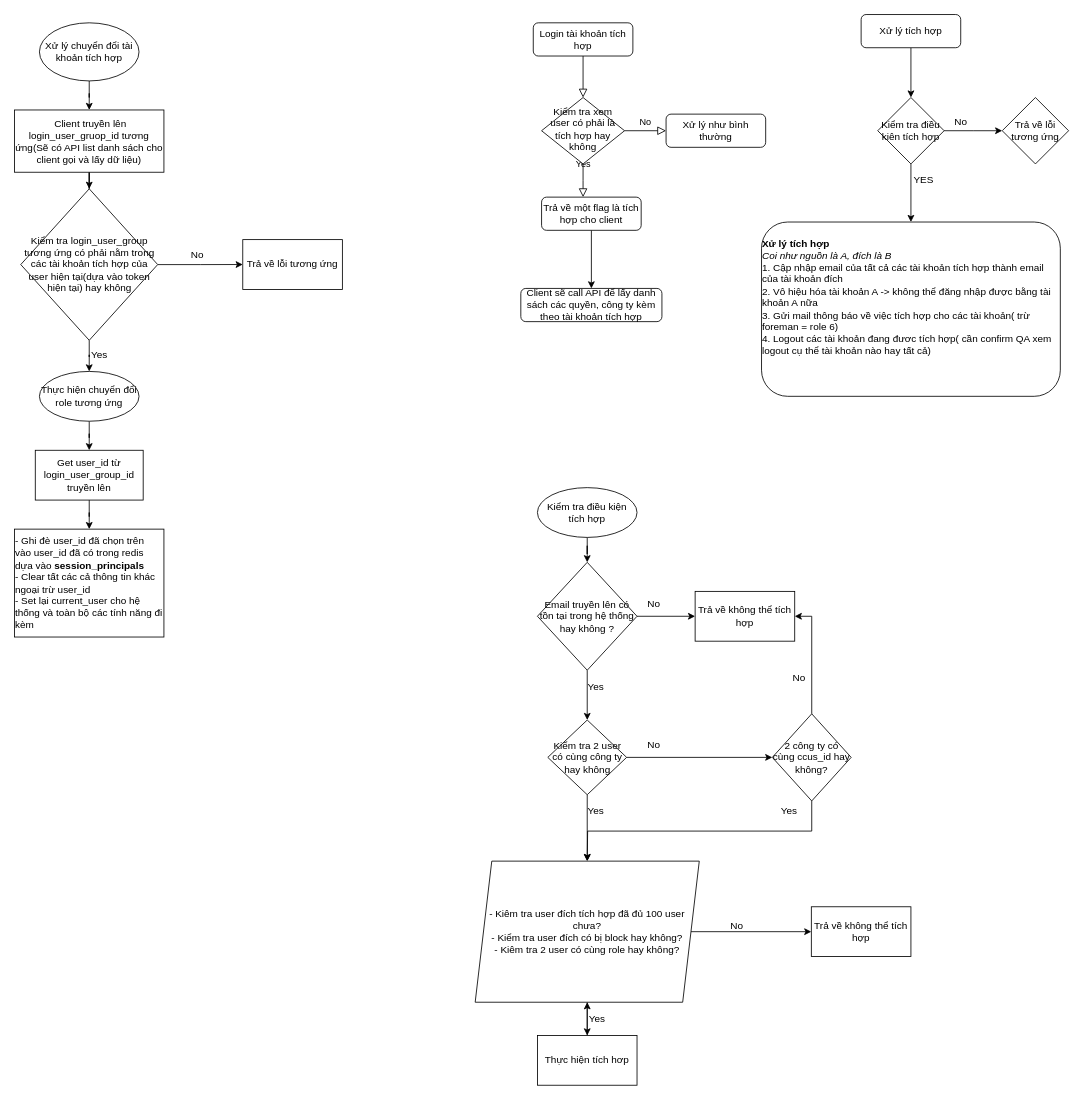
Before: Untitled Diagram.drawio in hoangpn256/diagram, a draw.io diagram. Source tidied: cells renumbered, new cells numbered last; positions are measured from the earlier drawing's top-left corner, leaving out a move shared by most shapes. Both pictures are drawn from the tidied source at 83%, with x=0, y=0 at pixel (14, 14).
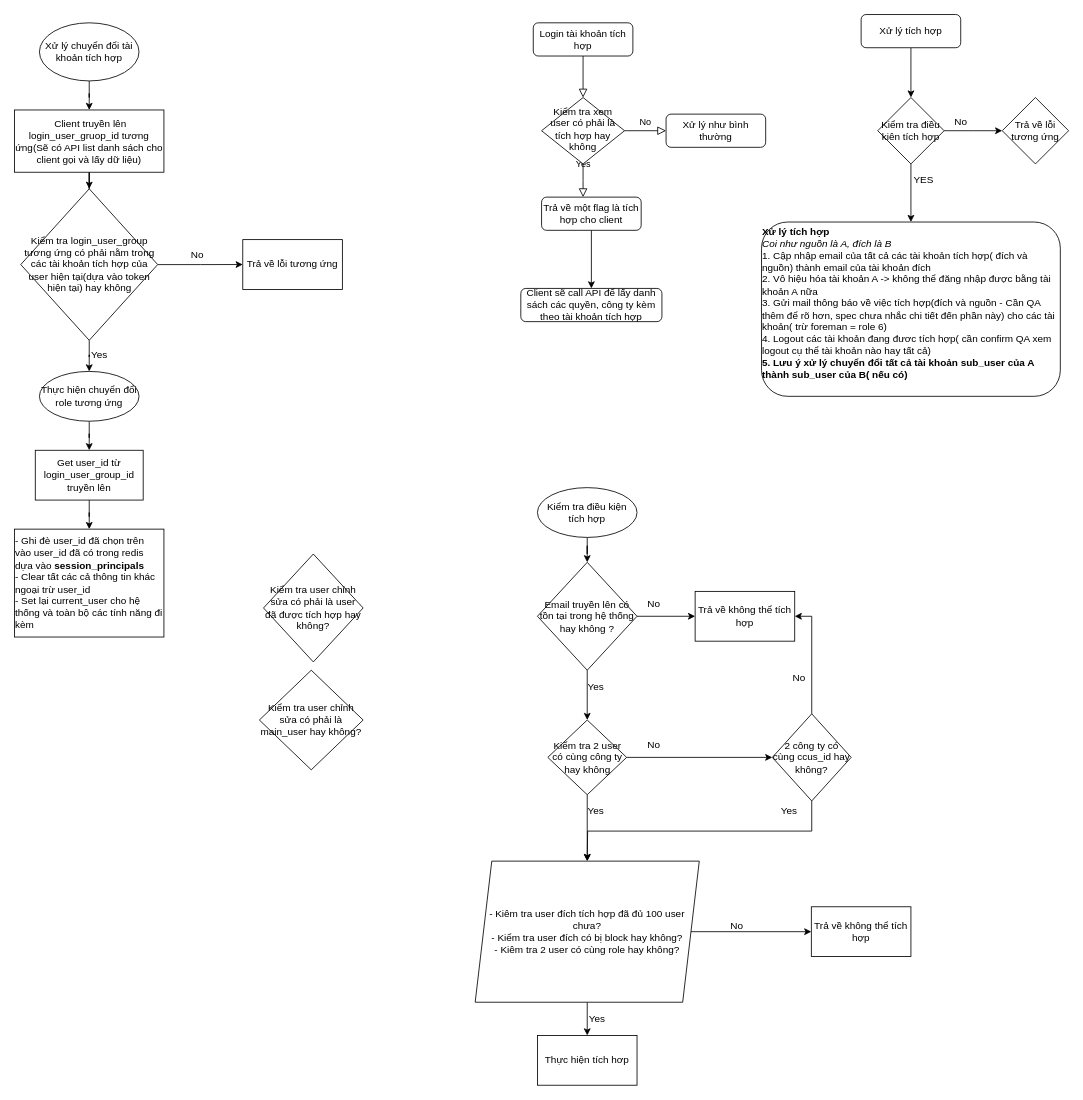
After the change.

The change refers to these unchanged cells:
```xml
<mxCell id="28" value="- Kiêm tra user đích tích hợp đã đủ 100 user chưa?&lt;br&gt;- Kiểm tra user đích có bị block hay không?&lt;br&gt;- Kiêm tra 2 user có cùng role hay không?" style="shape=parallelogram;perimeter=parallelogramPerimeter;whiteSpace=wrap;html=1;fixedSize=1;" parent="1" vertex="1">
  <mxGeometry x="555" y="1020" width="270" height="170" as="geometry" />
</mxCell>
<mxCell id="42" value="Thực hiện tích hơp" style="whiteSpace=wrap;html=1;" parent="1" vertex="1">
  <mxGeometry x="630" y="1230" width="120" height="60" as="geometry" />
</mxCell>
```

The edit, as a diff of the source:
```diff
@@
-    <mxCell id="17" value="&lt;div style=&quot;text-align: left&quot;&gt;&lt;span&gt;&lt;b&gt;Xử lý tích hợp&lt;/b&gt;&lt;/span&gt;&lt;/div&gt;&lt;div style=&quot;text-align: left&quot;&gt;&lt;i&gt;&lt;span style=&quot;text-align: center&quot;&gt;Coi như nguồn là A, đích là B&lt;/span&gt;&lt;span&gt;&lt;br&gt;&lt;/span&gt;&lt;/i&gt;&lt;/div&gt;&lt;div style=&quot;text-align: left&quot;&gt;&lt;span&gt;1. Cập nhập email của tất cả các tài khoản tích hợp thành email của tài khoản đích&lt;/span&gt;&lt;/div&gt;&lt;div style=&quot;text-align: left&quot;&gt;&lt;span&gt;2. Vô hiệu hóa tài khoản A -&amp;gt; không thể đăng nhập được bằng tài khoản A nữa&lt;/span&gt;&lt;br&gt;&lt;/div&gt;&lt;div style=&quot;text-align: left&quot;&gt;&lt;span&gt;3. Gửi mail thông báo về việc tích hợp cho các tài khoản( trừ foreman = role 6)&lt;/span&gt;&lt;/div&gt;&lt;div style=&quot;text-align: left&quot;&gt;&lt;div&gt;&lt;span&gt;4. Logout các tài khoản đang đươc tích hợp( cần confirm QA xem logout cụ thể tài khoản nào hay tất cả)&lt;/span&gt;&lt;/div&gt;&lt;div&gt;&lt;span&gt;&lt;br&gt;&lt;/span&gt;&lt;/div&gt;&lt;/div&gt;&lt;div style=&quot;text-align: left&quot;&gt;&lt;span&gt;&lt;br&gt;&lt;/span&gt;&lt;/div&gt;" style="rounded=1;whiteSpace=wrap;html=1;" parent="1" vertex="1">
+    <mxCell id="17" value="&lt;div style=&quot;text-align: left&quot;&gt;&lt;span&gt;&lt;b&gt;Xử lý tích hợp&lt;/b&gt;&lt;/span&gt;&lt;/div&gt;&lt;div style=&quot;text-align: left&quot;&gt;&lt;i&gt;&lt;span style=&quot;text-align: center&quot;&gt;Coi như nguồn là A, đích là B&lt;/span&gt;&lt;span&gt;&lt;br&gt;&lt;/span&gt;&lt;/i&gt;&lt;/div&gt;&lt;div style=&quot;text-align: left&quot;&gt;&lt;span&gt;1. Cập nhập email của tất cả các tài khoản tích hợp( đích và nguồn) thành email của tài khoản đích&lt;/span&gt;&lt;/div&gt;&lt;div style=&quot;text-align: left&quot;&gt;&lt;span&gt;2. Vô hiệu hóa tài khoản A -&amp;gt; không thể đăng nhập được bằng tài khoản A nữa&lt;/span&gt;&lt;br&gt;&lt;/div&gt;&lt;div style=&quot;text-align: left&quot;&gt;&lt;span&gt;3. Gửi mail thông báo về việc tích hợp(đích và nguồn - Cần QA thêm để rõ hơn, spec chưa nhắc chi tiết đến phần này) cho các tài khoản( trừ foreman = role 6)&lt;/span&gt;&lt;/div&gt;&lt;div style=&quot;text-align: left&quot;&gt;&lt;div&gt;&lt;span&gt;4. Logout các tài khoản đang đươc tích hợp( cần confirm QA xem logout cụ thể tài khoản nào hay tất cả)&lt;/span&gt;&lt;/div&gt;&lt;div&gt;&lt;b&gt;5. Lưu ý xử lý chuyển đổi tất cả tài khoản sub_user của A thành sub_user của B( nếu có)&lt;/b&gt;&lt;/div&gt;&lt;/div&gt;&lt;div style=&quot;text-align: left&quot;&gt;&lt;span&gt;&lt;br&gt;&lt;/span&gt;&lt;/div&gt;" style="rounded=1;whiteSpace=wrap;html=1;" parent="1" vertex="1">
       <mxGeometry x="900" y="250" width="360" height="210" as="geometry" />
     </mxCell>
@@
-    <mxCell id="27" style="edgeStyle=orthogonalEdgeStyle;rounded=0;jettySize=auto;html=1;" parent="1" edge="1" source="28" target="42">
+    <mxCell id="27" style="edgeStyle=orthogonalEdgeStyle;rounded=0;jettySize=auto;html=1;exitX=0.5;exitY=1;exitDx=0;exitDy=0;entryX=0.5;entryY=0;entryDx=0;entryDy=0;" parent="1" edge="1" source="28" target="42">
       <mxGeometry relative="1" as="geometry" />
     </mxCell>
@@
-    <mxCell id="41" style="edgeStyle=orthogonalEdgeStyle;rounded=0;jettySize=auto;html=1;" parent="1" edge="1" source="42" target="28">
-      <mxGeometry relative="1" as="geometry" />
-    </mxCell>
@@
+    <mxCell id="61" value="Kiểm tra user chỉnh sửa có phải là user đã được tích hợp hay không?" style="rhombus;whiteSpace=wrap;html=1;" parent="1" vertex="1">
+      <mxGeometry x="300" y="650" width="120" height="130" as="geometry" />
+    </mxCell>
+    <mxCell id="62" value="Kiểm tra user chỉnh sửa có phải là main_user hay không?" style="rhombus;whiteSpace=wrap;html=1;" parent="1" vertex="1">
+      <mxGeometry x="295" y="790" width="125" height="120" as="geometry" />
+    </mxCell>
```
